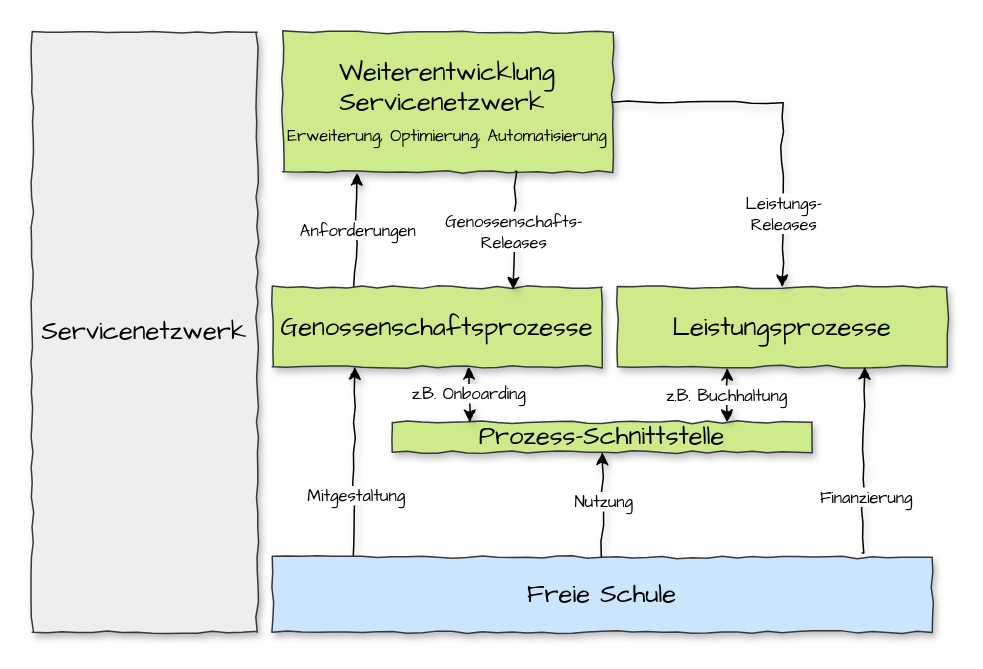
Earlier version of the draw.io diagram page "Seite-2" (2 of 3) of src/it/assets/staging.drawio (FreieBildung/Organisationsentwicklung). Source tidied: cells renumbered, new cells numbered last; positions are measured from the earlier drawing's top-left corner, leaving out a move shared by most shapes. Both pictures are drawn from the tidied source at 150%, with x=0, y=0 at pixel (32, 32).
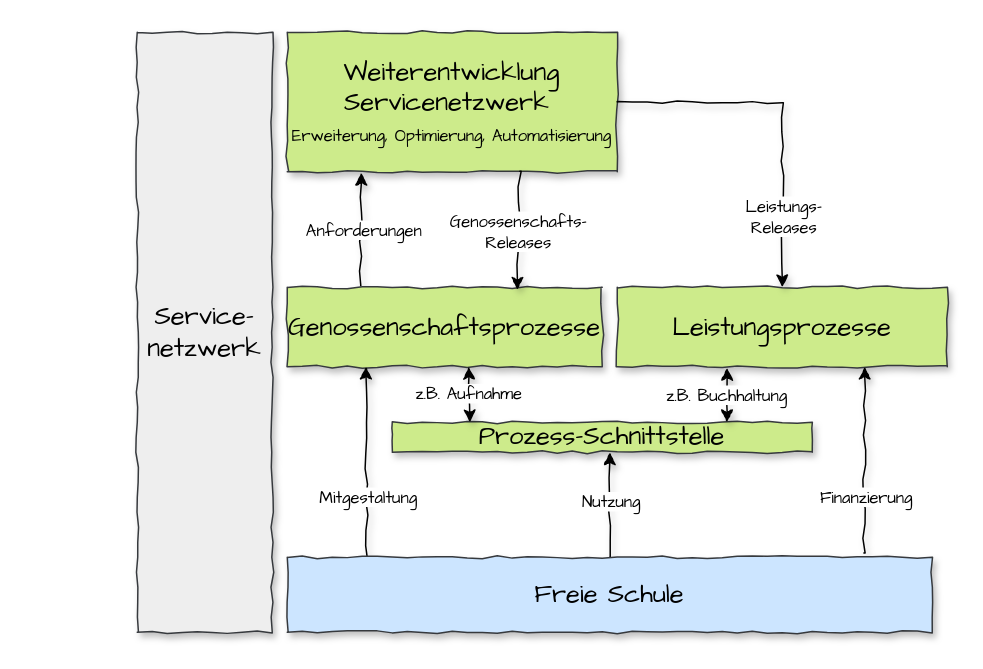
The same diagram, later.

The change refers to these unchanged cells:
```xml
<mxCell id="5" value="Prozess-Schnittstelle" style="rounded=0;whiteSpace=wrap;html=1;fontFamily=Comic Sans MS;shadow=1;sketch=1;sketchStyle=comic;fillColor=#cdeb8b;strokeColor=#36393d;fontSize=17;" parent="1" vertex="1">
  <mxGeometry x="240" y="260" width="280" height="20" as="geometry" />
</mxCell>
<mxCell id="20" style="endArrow=classic;html=1;rounded=0;shadow=1;sketch=1;curveFitting=1;jiggle=2;sketchStyle=comic;exitX=0.185;exitY=0.002;exitDx=0;exitDy=0;entryX=0.25;entryY=1;entryDx=0;entryDy=0;exitPerimeter=0;startArrow=classic;startFill=1;" parent="1" edge="1" source="5">
  <mxGeometry relative="1" as="geometry">
    <mxPoint x="291" y="223" as="targetPoint" />
  </mxGeometry>
</mxCell>
```

Diff of the diagram source:
```diff
@@
-    <mxCell id="2" value="Servicenetzwerk" style="rounded=0;whiteSpace=wrap;html=1;fontFamily=Comic Sans MS;shadow=1;sketch=1;sketchStyle=comic;fillColor=#eeeeee;strokeColor=#36393d;fontSize=17;" parent="1" vertex="1">
-      <mxGeometry width="150" height="400" as="geometry" />
+    <mxCell id="2" value="Service-netzwerk" style="rounded=0;whiteSpace=wrap;html=1;fontFamily=Comic Sans MS;shadow=1;sketch=1;sketchStyle=comic;fillColor=#eeeeee;strokeColor=#36393d;fontSize=17;" parent="1" vertex="1">
+      <mxGeometry x="70" width="90" height="400" as="geometry" />
     </mxCell>
@@
     <mxCell id="4" value="Weiterentwicklung Servicenetzwerk&amp;nbsp;&lt;br&gt;&lt;font style=&quot;font-size: 11px;&quot;&gt;Erweiterung, Optimierung, Automatisierung&lt;/font&gt;" style="rounded=0;whiteSpace=wrap;html=1;fontFamily=Comic Sans MS;shadow=1;sketch=1;sketchStyle=comic;fillColor=#cdeb8b;strokeColor=#36393d;fontSize=17;" parent="1" vertex="1">
-      <mxGeometry x="167" width="220" height="93" as="geometry" />
+      <mxGeometry x="170" width="220" height="93" as="geometry" />
     </mxCell>
@@
-    <mxCell id="6" style="endArrow=classic;html=1;rounded=0;shadow=1;sketch=1;curveFitting=1;jiggle=2;sketchStyle=comic;exitX=0.25;exitY=0;exitDx=0;exitDy=0;entryX=0.225;entryY=1.008;entryDx=0;entryDy=0;entryPerimeter=0;" parent="1" edge="1" source="8" target="4">
+    <mxCell id="6" style="endArrow=classic;html=1;rounded=0;shadow=1;sketch=1;curveFitting=1;jiggle=2;sketchStyle=comic;exitX=0.233;exitY=-0.018;exitDx=0;exitDy=0;entryX=0.225;entryY=1.008;entryDx=0;entryDy=0;entryPerimeter=0;exitPerimeter=0;" parent="1" edge="1" source="8" target="4">
       <mxGeometry relative="1" as="geometry" />
     </mxCell>
@@
     <mxCell id="8" value="Genossenschaftsprozesse" style="rounded=0;whiteSpace=wrap;html=1;fontFamily=Comic Sans MS;shadow=1;sketch=1;sketchStyle=comic;fillColor=#cdeb8b;strokeColor=#36393d;fontSize=17;" parent="1" vertex="1">
-      <mxGeometry x="160" y="170" width="220" height="53" as="geometry" />
+      <mxGeometry x="170" y="170" width="210" height="53" as="geometry" />
     </mxCell>
@@
-    <mxCell id="15" style="endArrow=classic;html=1;rounded=0;shadow=1;sketch=1;curveFitting=1;jiggle=2;sketchStyle=comic;exitX=0.5;exitY=0;exitDx=0;exitDy=0;entryX=0.5;entryY=1;entryDx=0;entryDy=0;" parent="1" edge="1" source="19" target="5">
+    <mxCell id="15" style="endArrow=classic;html=1;rounded=0;shadow=1;sketch=1;curveFitting=1;jiggle=2;sketchStyle=comic;exitX=0.5;exitY=0;exitDx=0;exitDy=0;entryX=0.518;entryY=1.003;entryDx=0;entryDy=0;entryPerimeter=0;" parent="1" edge="1" source="19" target="5">
       <mxGeometry relative="1" as="geometry" />
     </mxCell>
@@
     <mxCell id="19" value="Freie Schule" style="rounded=0;whiteSpace=wrap;html=1;fontFamily=Comic Sans MS;shadow=1;sketch=1;sketchStyle=comic;fillColor=#cce5ff;strokeColor=#36393d;fontSize=17;" parent="1" vertex="1">
-      <mxGeometry x="160" y="350" width="440" height="50" as="geometry" />
+      <mxGeometry x="170" y="350" width="430" height="50" as="geometry" />
     </mxCell>
@@
-    <mxCell id="21" value="z.B. Onboarding" style="edgeLabel;html=1;align=center;verticalAlign=middle;fontFamily=Comic Sans MS;" parent="20" vertex="1">
+    <mxCell id="21" value="z.B. Aufnahme" style="edgeLabel;html=1;align=center;verticalAlign=middle;fontFamily=Comic Sans MS;" parent="20" vertex="1">
       <mxGeometry x="0.01" y="-1" relative="1" as="geometry">
         <mxPoint x="-2" y="-1" as="offset" />
       </mxGeometry>
     </mxCell>
```
